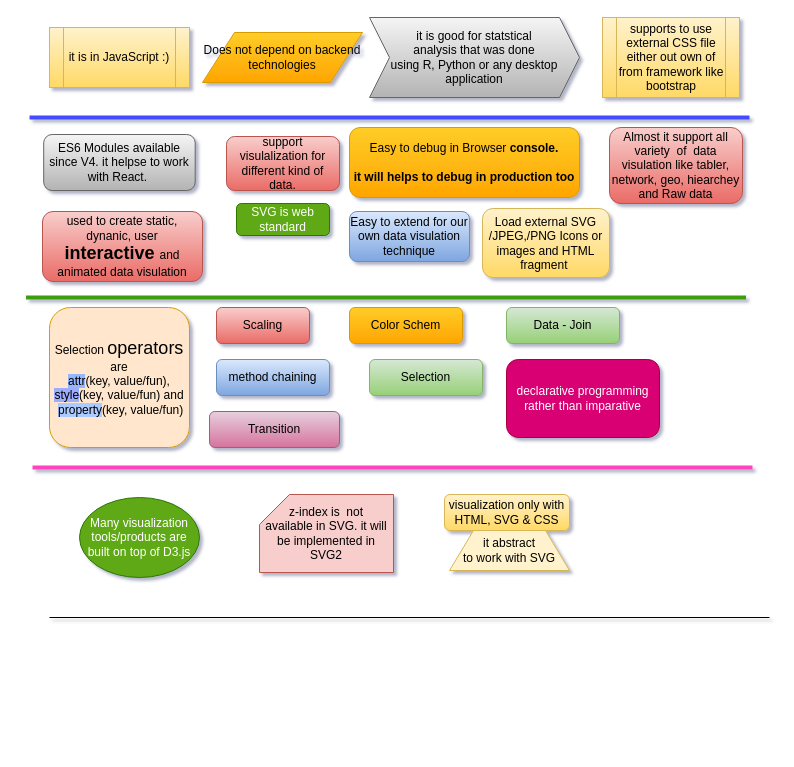
Earlier version of the draw.io diagram page "Killing features of D3" (5 of 8) of My Articles/d3/D3 Understanding.drawio (anbarasan-raji/books). Source tidied: cells renumbered, new cells numbered last; positions are measured from the earlier drawing's top-left corner, leaving out a move shared by most shapes. Both pictures are drawn from the tidied source at 100%, with x=0, y=0 at pixel (25, 17).
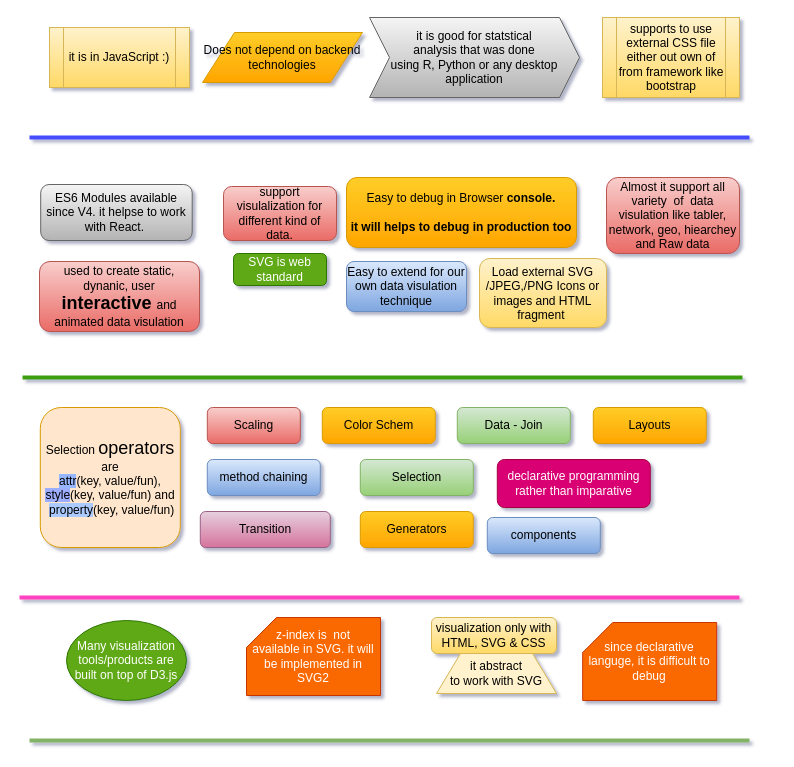
Above is the later version.

The edit, as a diff of the source:
```diff
@@
     <mxCell id="2" value="Selection" style="rounded=1;whiteSpace=wrap;html=1;gradientColor=#97d077;fillColor=#d5e8d4;strokeColor=#82b366;" parent="1" vertex="1">
-      <mxGeometry x="344" y="342" width="113" height="36" as="geometry" />
+      <mxGeometry x="334.8" y="442" width="113" height="36" as="geometry" />
     </mxCell>
     <mxCell id="3" value="Transition" style="rounded=1;whiteSpace=wrap;html=1;gradientColor=#d5739d;fillColor=#e6d0de;strokeColor=#996185;" parent="1" vertex="1">
-      <mxGeometry x="184" y="394" width="130" height="36" as="geometry" />
+      <mxGeometry x="174.8" y="494" width="130" height="36" as="geometry" />
     </mxCell>
     <mxCell id="4" value="method chaining" style="rounded=1;whiteSpace=wrap;html=1;gradientColor=#7ea6e0;fillColor=#dae8fc;strokeColor=#6c8ebf;" parent="1" vertex="1">
-      <mxGeometry x="191" y="342" width="113" height="36" as="geometry" />
+      <mxGeometry x="181.8" y="442" width="113" height="36" as="geometry" />
     </mxCell>
     <mxCell id="5" value="used to create static, dynanic, user &lt;font style=&quot;font-size: 18px&quot;&gt;&lt;b&gt;interactive &lt;/b&gt;&lt;/font&gt;and&lt;br&gt;animated data visulation" style="rounded=1;whiteSpace=wrap;html=1;gradientColor=#ea6b66;fillColor=#f8cecc;strokeColor=#b85450;" parent="1" vertex="1">
-      <mxGeometry x="17" y="194" width="160" height="70" as="geometry" />
+      <mxGeometry x="14" y="244" width="160" height="70" as="geometry" />
     </mxCell>
     <mxCell id="6" value="visualization only with HTML, SVG &amp;amp; CSS" style="rounded=1;whiteSpace=wrap;html=1;gradientColor=#ffd966;fillColor=#fff2cc;strokeColor=#d6b656;" parent="1" vertex="1">
-      <mxGeometry x="419" y="477" width="125" height="36" as="geometry" />
+      <mxGeometry x="406" y="600" width="125" height="36" as="geometry" />
     </mxCell>
     <mxCell id="7" value="Data - Join" style="rounded=1;whiteSpace=wrap;html=1;gradientColor=#97d077;fillColor=#d5e8d4;strokeColor=#82b366;" parent="1" vertex="1">
-      <mxGeometry x="481" y="290" width="113" height="36" as="geometry" />
+      <mxGeometry x="431.8" y="390" width="113" height="36" as="geometry" />
     </mxCell>
     <mxCell id="8" value="Selection &lt;font style=&quot;font-size: 18px&quot;&gt;operators &lt;/font&gt;are &lt;br&gt;&lt;span style=&quot;background-color: rgb(150 , 182 , 255)&quot;&gt;attr&lt;/span&gt;(key, value/fun), &lt;br&gt;&lt;span style=&quot;background-color: rgb(158 , 174 , 255)&quot;&gt;style&lt;/span&gt;(key, value/fun) and&lt;br&gt;&amp;nbsp;&lt;span style=&quot;background-color: rgb(171 , 202 , 255)&quot;&gt;property&lt;/span&gt;(key, value/fun)" style="rounded=1;whiteSpace=wrap;html=1;fillColor=#ffe6cc;strokeColor=#d79b00;" parent="1" vertex="1">
-      <mxGeometry x="24" y="290" width="140" height="140" as="geometry" />
+      <mxGeometry x="14.8" y="390" width="140" height="140" as="geometry" />
     </mxCell>
     <mxCell id="9" value="Scaling" style="rounded=1;whiteSpace=wrap;html=1;gradientColor=#ea6b66;fillColor=#f8cecc;strokeColor=#b85450;" parent="1" vertex="1">
-      <mxGeometry x="191" y="290" width="93" height="36" as="geometry" />
+      <mxGeometry x="181.8" y="390" width="93" height="36" as="geometry" />
     </mxCell>
     <mxCell id="10" value="SVG is web standard" style="rounded=1;whiteSpace=wrap;html=1;fillColor=#60a917;strokeColor=#2D7600;fontColor=#ffffff;" parent="1" vertex="1">
-      <mxGeometry x="211" y="186" width="93" height="32" as="geometry" />
+      <mxGeometry x="208" y="236" width="93" height="32" as="geometry" />
     </mxCell>
@@
     <mxCell id="14" value="Color Schem" style="rounded=1;whiteSpace=wrap;html=1;gradientColor=#ffa500;fillColor=#ffcd28;strokeColor=#d79b00;" parent="1" vertex="1">
-      <mxGeometry x="324" y="290" width="113" height="36" as="geometry" />
+      <mxGeometry x="296.8" y="390" width="113" height="36" as="geometry" />
     </mxCell>
     <mxCell id="15" value="Almost it support all variety&amp;nbsp; of&amp;nbsp; data visulation like tabler, network, geo, hiearchey and Raw data" style="rounded=1;whiteSpace=wrap;html=1;gradientColor=#ea6b66;fillColor=#f8cecc;strokeColor=#b85450;" parent="1" vertex="1">
-      <mxGeometry x="584" y="110" width="133" height="76" as="geometry" />
+      <mxGeometry x="581" y="160" width="133" height="76" as="geometry" />
     </mxCell>
     <mxCell id="16" value="Easy to extend for our own data visulation technique" style="rounded=1;whiteSpace=wrap;html=1;gradientColor=#7ea6e0;fillColor=#dae8fc;strokeColor=#6c8ebf;" parent="1" vertex="1">
-      <mxGeometry x="324" y="194" width="120" height="50" as="geometry" />
+      <mxGeometry x="321" y="244" width="120" height="50" as="geometry" />
     </mxCell>
-    <mxCell id="17" value="z-index is&amp;nbsp; not &lt;br&gt;available in SVG. it will be implemented in SVG2" style="shape=card;whiteSpace=wrap;html=1;fillColor=#f8cecc;strokeColor=#b85450;" parent="1" vertex="1">
-      <mxGeometry x="234" y="477" width="134" height="78" as="geometry" />
+    <mxCell id="17" value="z-index is&amp;nbsp; not &lt;br&gt;available in SVG. it will be implemented in SVG2" style="shape=card;whiteSpace=wrap;html=1;fillColor=#fa6800;strokeColor=#C73500;fontColor=#ffffff;" parent="1" vertex="1">
+      <mxGeometry x="221" y="600" width="134" height="78" as="geometry" />
     </mxCell>
     <mxCell id="18" value="Easy to debug in Browser &lt;b&gt;console.&lt;br&gt;&lt;br&gt;it will helps to debug in production too&lt;br&gt;&lt;/b&gt;" style="rounded=1;whiteSpace=wrap;html=1;gradientColor=#ffa500;fillColor=#ffcd28;strokeColor=#d79b00;" parent="1" vertex="1">
-      <mxGeometry x="324" y="110" width="230" height="70" as="geometry" />
+      <mxGeometry x="321" y="160" width="230" height="70" as="geometry" />
     </mxCell>
     <mxCell id="19" value="it abstract &lt;br&gt;to work with SVG" style="shape=trapezoid;perimeter=trapezoidPerimeter;whiteSpace=wrap;html=1;fillColor=#fff2cc;strokeColor=#d6b656;" parent="1" vertex="1">
-      <mxGeometry x="424" y="513" width="120" height="40" as="geometry" />
+      <mxGeometry x="411" y="636" width="120" height="40" as="geometry" />
     </mxCell>
     <mxCell id="20" value="ES6 Modules available since V4. it helpse to work with React.&amp;nbsp;" style="rounded=1;whiteSpace=wrap;html=1;gradientColor=#b3b3b3;fillColor=#f5f5f5;strokeColor=#666666;" parent="1" vertex="1">
-      <mxGeometry x="18.2" y="117" width="151.5" height="56" as="geometry" />
+      <mxGeometry x="15.2" y="167" width="151.5" height="56" as="geometry" />
     </mxCell>
     <mxCell id="21" value="support visulalization for different kind of data." style="rounded=1;whiteSpace=wrap;html=1;gradientColor=#ea6b66;fillColor=#f8cecc;strokeColor=#b85450;" parent="1" vertex="1">
-      <mxGeometry x="201" y="119" width="113" height="54" as="geometry" />
+      <mxGeometry x="198" y="169" width="113" height="54" as="geometry" />
     </mxCell>
     <mxCell id="22" value="Many visualization tools/products are built on top of D3.js" style="ellipse;whiteSpace=wrap;html=1;fillColor=#60a917;strokeColor=#2D7600;fontColor=#ffffff;" parent="1" vertex="1">
-      <mxGeometry x="54" y="480" width="120" height="80" as="geometry" />
+      <mxGeometry x="41" y="603" width="120" height="80" as="geometry" />
     </mxCell>
-    <mxCell id="23" style="endArrow=none;html=1;" parent="1" edge="1">
+    <mxCell id="23" style="endArrow=none;html=1;strokeColor=#82b366;strokeWidth=4;gradientColor=#97d077;fillColor=#d5e8d4;" parent="1" edge="1">
       <mxGeometry relative="1" as="geometry">
-        <mxPoint x="24" y="600" as="sourcePoint" />
-        <mxPoint x="744" y="600" as="targetPoint" />
+        <mxPoint x="4" y="723" as="sourcePoint" />
+        <mxPoint x="724" y="723" as="targetPoint" />
       </mxGeometry>
     </mxCell>
     <mxCell id="24" style="endArrow=none;html=1;strokeWidth=4;strokeColor=#3C9E11;" parent="1" edge="1">
       <mxGeometry relative="1" as="geometry">
-        <mxPoint x="0.5" y="280" as="sourcePoint" />
-        <mxPoint x="720.5" y="280" as="targetPoint" />
+        <mxPoint x="-3" y="360" as="sourcePoint" />
+        <mxPoint x="717" y="360" as="targetPoint" />
       </mxGeometry>
     </mxCell>
     <mxCell id="25" style="endArrow=none;html=1;strokeColor=#454BFF;strokeWidth=4;" parent="1" edge="1">
       <mxGeometry relative="1" as="geometry">
-        <mxPoint x="4" y="100" as="sourcePoint" />
-        <mxPoint x="724" y="100" as="targetPoint" />
+        <mxPoint x="4" y="120" as="sourcePoint" />
+        <mxPoint x="724" y="120" as="targetPoint" />
       </mxGeometry>
     </mxCell>
     <mxCell id="26" style="endArrow=none;html=1;strokeWidth=4;strokeColor=#FF42C0;" parent="1" edge="1">
       <mxGeometry relative="1" as="geometry">
-        <mxPoint x="7" y="450" as="sourcePoint" />
-        <mxPoint x="727" y="450" as="targetPoint" />
+        <mxPoint x="-6" y="580" as="sourcePoint" />
+        <mxPoint x="714" y="580" as="targetPoint" />
       </mxGeometry>
     </mxCell>
     <mxCell id="27" value="declarative programming rather than imparative" style="rounded=1;whiteSpace=wrap;html=1;fillColor=#d80073;strokeColor=#A50040;fontColor=#ffffff;" parent="1" vertex="1">
-      <mxGeometry x="481" y="342" width="153" height="78" as="geometry" />
+      <mxGeometry x="471.8" y="442" width="153" height="48" as="geometry" />
     </mxCell>
     <mxCell id="28" value="Load external SVG /JPEG,/PNG Icons or images and HTML fragment&amp;nbsp;" style="rounded=1;whiteSpace=wrap;html=1;gradientColor=#ffd966;fillColor=#fff2cc;strokeColor=#d6b656;" parent="1" vertex="1">
-      <mxGeometry x="457" y="191" width="127" height="69" as="geometry" />
+      <mxGeometry x="454" y="241" width="127" height="69" as="geometry" />
     </mxCell>
@@
+    <mxCell id="30" value="Generators" style="rounded=1;whiteSpace=wrap;html=1;gradientColor=#ffa500;fillColor=#ffcd28;strokeColor=#d79b00;" parent="1" vertex="1">
+      <mxGeometry x="334.8" y="494" width="113" height="36" as="geometry" />
+    </mxCell>
+    <mxCell id="31" value="Layouts" style="rounded=1;whiteSpace=wrap;html=1;gradientColor=#ffa500;fillColor=#ffcd28;strokeColor=#d79b00;" parent="1" vertex="1">
+      <mxGeometry x="567.8" y="390" width="113" height="36" as="geometry" />
+    </mxCell>
+    <mxCell id="32" value="components" style="rounded=1;whiteSpace=wrap;html=1;gradientColor=#7ea6e0;fillColor=#dae8fc;strokeColor=#6c8ebf;" parent="1" vertex="1">
+      <mxGeometry x="461.8" y="500" width="113" height="36" as="geometry" />
+    </mxCell>
+    <mxCell id="33" value="since declarative languge, it is difficult to debug" style="shape=card;whiteSpace=wrap;html=1;fillColor=#fa6800;strokeColor=#C73500;fontColor=#ffffff;" parent="1" vertex="1">
+      <mxGeometry x="557.2" y="605" width="134" height="78" as="geometry" />
+    </mxCell>
```
